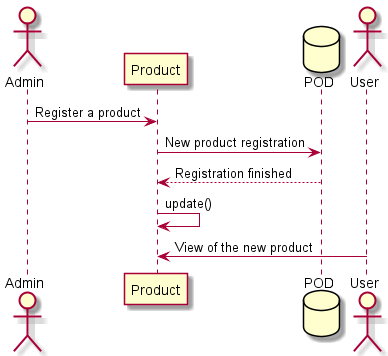
The PlantUML diagram images/06_registrationProduct_runtime_view.png in Arquisoft/dede_es6c, before a commit.
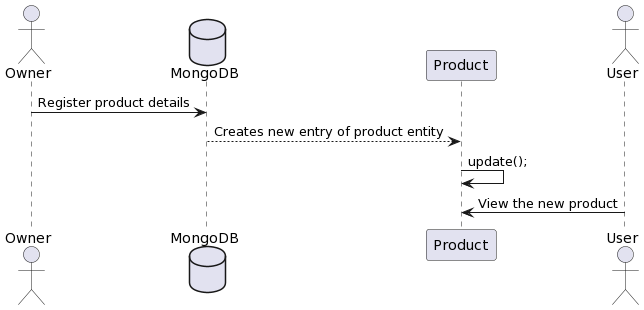
The same diagram one commit later.

Change to the diagram source:
```diff
@@ -1,11 +1,9 @@
-@startuml registrationProduct
-actor Admin
-participant Product
-database POD
+@startuml
+actor Owner
+Database MongoDB
+Owner -> MongoDB : Register product details
+MongoDB --> Product : Creates new entry of product entity
+Product -> Product : update();
 actor User
-Admin -> Product : Register a product
-Product -> POD : New product registration
-POD --> Product : Registration finished
-Product -> Product : update()
-User -> Product : View of the new product
+User -> Product : View the new product
 @enduml
```
